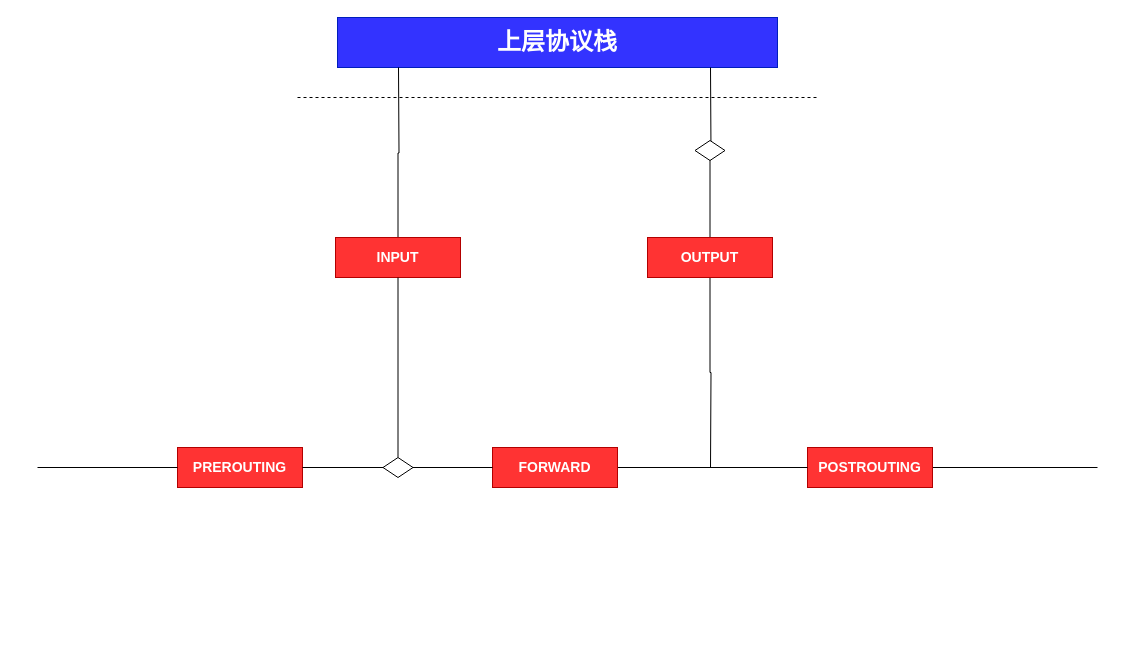
Earlier version of the draw.io diagram iptables.drawio (ctimbai/draw.io). Source tidied: cells renumbered, new cells numbered last; positions are measured from the earlier drawing's top-left corner, leaving out a move shared by most shapes. Both pictures are drawn from the tidied source at 100%, with x=0, y=0 at pixel (37, 17).
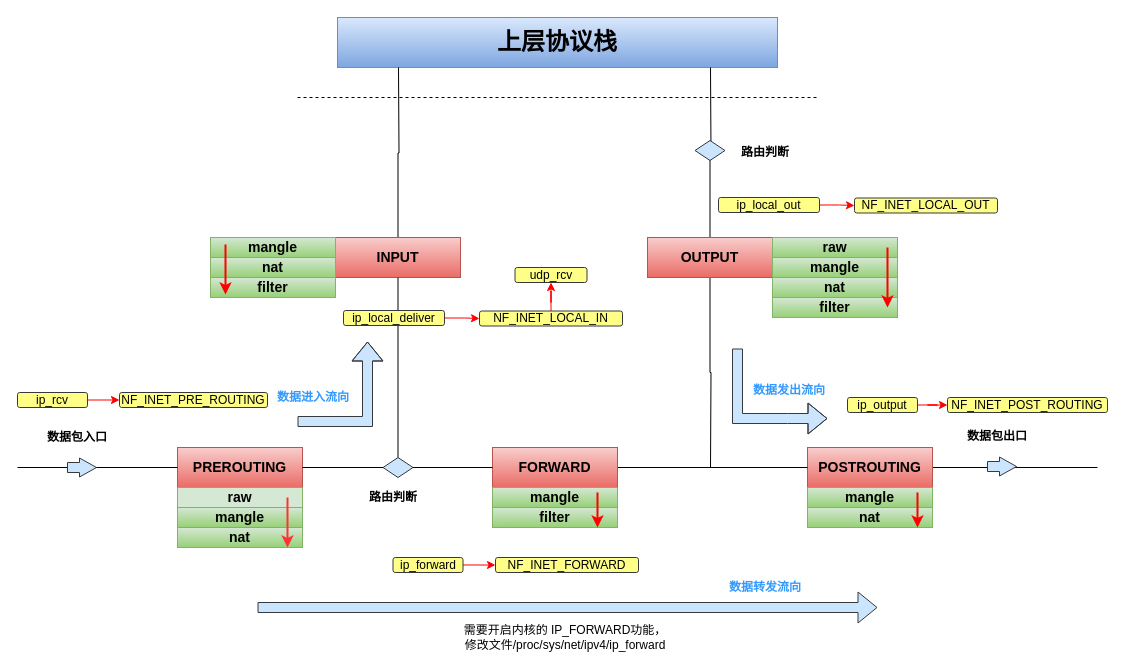
Above is the later version.

Diff of the diagram source:
```diff
@@
+    <mxCell id="20" value="NF_INET_PRE_ROUTING" style="rounded=1;whiteSpace=wrap;html=1;fillColor=#ffff88;strokeColor=#36393d;" parent="1" vertex="1">
+      <mxGeometry x="82" y="375" width="148" height="15" as="geometry" />
+    </mxCell>
+    <mxCell id="21" style="edgeStyle=orthogonalEdgeStyle;rounded=0;comic=0;jettySize=auto;html=1;exitX=1;exitY=0.5;exitDx=0;exitDy=0;entryX=0;entryY=0.5;entryDx=0;entryDy=0;shadow=0;sourcePerimeterSpacing=0;targetPerimeterSpacing=0;strokeColor=#FF0000;strokeWidth=1;" parent="1" edge="1" source="22" target="20">
+      <mxGeometry relative="1" as="geometry" />
+    </mxCell>
+    <mxCell id="22" value="ip_rcv" style="rounded=1;whiteSpace=wrap;html=1;fillColor=#ffff88;strokeColor=#36393d;" parent="1" vertex="1">
+      <mxGeometry x="-20" y="375" width="70" height="15" as="geometry" />
+    </mxCell>
-    <mxCell id="2" value="&lt;font style=&quot;font-size: 24px&quot;&gt;&lt;b&gt;上层协议栈&lt;/b&gt;&lt;/font&gt;" style="rounded=0;whiteSpace=wrap;html=1;fillColor=#3333FF;strokeColor=#001DBC;fontColor=#ffffff;" parent="1" vertex="1">
+    <mxCell id="2" value="&lt;font style=&quot;font-size: 24px&quot;&gt;&lt;b&gt;上层协议栈&lt;/b&gt;&lt;/font&gt;" style="rounded=0;whiteSpace=wrap;html=1;fillColor=#dae8fc;strokeColor=#6c8ebf;gradientColor=#7ea6e0;" parent="1" vertex="1">
       <mxGeometry x="300" width="440" height="50" as="geometry" />
     </mxCell>
@@
-    <mxCell id="5" value="&lt;b style=&quot;color: rgb(255 , 255 , 255) ; white-space: normal ; font-size: 14px&quot;&gt;POSTROUTING&lt;/b&gt;" style="rounded=0;whiteSpace=wrap;html=1;shadow=0;glass=0;comic=0;fillColor=#FF3333;strokeColor=#B20000;fontColor=#ffffff;" parent="1" vertex="1">
+    <mxCell id="5" value="&lt;b style=&quot;white-space: normal ; font-size: 14px&quot;&gt;POSTROUTING&lt;/b&gt;" style="rounded=0;whiteSpace=wrap;html=1;shadow=0;glass=0;comic=0;fillColor=#f8cecc;strokeColor=#b85450;gradientColor=#ea6b66;" parent="1" vertex="1">
       <mxGeometry x="770" y="430" width="125" height="40" as="geometry" />
     </mxCell>
-    <mxCell id="6" value="&lt;b style=&quot;font-size: 14px&quot;&gt;PREROUTING&lt;/b&gt;" style="rounded=0;whiteSpace=wrap;html=1;shadow=0;glass=0;comic=0;fillColor=#FF3333;strokeColor=#B20000;fontColor=#ffffff;" parent="1" vertex="1">
+    <mxCell id="6" value="&lt;b style=&quot;font-size: 14px&quot;&gt;PREROUTING&lt;/b&gt;" style="rounded=0;whiteSpace=wrap;html=1;shadow=0;glass=0;comic=0;fillColor=#f8cecc;strokeColor=#b85450;gradientColor=#ea6b66;" parent="1" vertex="1">
       <mxGeometry x="140" y="430" width="125" height="40" as="geometry" />
     </mxCell>
@@
-    <mxCell id="8" value="&lt;b style=&quot;font-size: 14px&quot;&gt;FORWARD&lt;/b&gt;" style="rounded=0;whiteSpace=wrap;html=1;shadow=0;glass=0;comic=0;fillColor=#FF3333;strokeColor=#B20000;fontColor=#ffffff;" parent="1" vertex="1">
+    <mxCell id="8" value="&lt;b style=&quot;font-size: 14px&quot;&gt;FORWARD&lt;/b&gt;" style="rounded=0;whiteSpace=wrap;html=1;shadow=0;glass=0;comic=0;fillColor=#f8cecc;strokeColor=#b85450;gradientColor=#ea6b66;" parent="1" vertex="1">
       <mxGeometry x="455" y="430" width="125" height="40" as="geometry" />
     </mxCell>
@@
-    <mxCell id="10" value="&lt;b style=&quot;font-size: 14px&quot;&gt;INPUT&lt;/b&gt;" style="rounded=0;whiteSpace=wrap;html=1;shadow=0;glass=0;comic=0;fillColor=#FF3333;strokeColor=#B20000;fontColor=#ffffff;" parent="1" vertex="1">
+    <mxCell id="10" value="&lt;b style=&quot;font-size: 14px&quot;&gt;INPUT&lt;/b&gt;" style="rounded=0;whiteSpace=wrap;html=1;shadow=0;glass=0;comic=0;fillColor=#f8cecc;strokeColor=#b85450;gradientColor=#ea6b66;" parent="1" vertex="1">
       <mxGeometry x="298" y="220" width="125" height="40" as="geometry" />
     </mxCell>
@@
-    <mxCell id="13" value="&lt;b style=&quot;font-size: 14px&quot;&gt;OUTPUT&lt;/b&gt;" style="rounded=0;whiteSpace=wrap;html=1;shadow=0;glass=0;comic=0;fillColor=#FF3333;strokeColor=#B20000;fontColor=#ffffff;" parent="1" vertex="1">
+    <mxCell id="13" value="&lt;b style=&quot;font-size: 14px&quot;&gt;OUTPUT&lt;/b&gt;" style="rounded=0;whiteSpace=wrap;html=1;shadow=0;glass=0;comic=0;fillColor=#f8cecc;strokeColor=#b85450;gradientColor=#ea6b66;" parent="1" vertex="1">
       <mxGeometry x="610" y="220" width="125" height="40" as="geometry" />
     </mxCell>
     <mxCell id="14" style="endArrow=none;html=1;entryX=0;entryY=0.5;entryDx=0;entryDy=0;endFill=0;" parent="1" edge="1" target="6">
       <mxGeometry relative="1" as="geometry">
-        <mxPoint y="450" as="sourcePoint" />
+        <mxPoint x="-20" y="450" as="sourcePoint" />
       </mxGeometry>
     </mxCell>
@@
-    <mxCell id="18" style="rhombus;whiteSpace=wrap;html=1;shadow=0;glass=0;comic=0;" parent="1" vertex="1">
+    <mxCell id="18" style="rhombus;whiteSpace=wrap;html=1;shadow=0;glass=0;comic=0;fillColor=#cce5ff;strokeColor=#36393d;" parent="1" vertex="1">
       <mxGeometry x="345.5" y="440" width="30" height="20" as="geometry" />
     </mxCell>
-    <mxCell id="19" style="rhombus;whiteSpace=wrap;html=1;shadow=0;glass=0;comic=0;" parent="1" vertex="1">
+    <mxCell id="19" style="rhombus;whiteSpace=wrap;html=1;shadow=0;glass=0;comic=0;fillColor=#cce5ff;strokeColor=#36393d;" parent="1" vertex="1">
       <mxGeometry x="657.5" y="123" width="30" height="20" as="geometry" />
     </mxCell>
+    <mxCell id="23" style="group;fillColor=#d5e8d4;strokeColor=#82b366;gradientColor=#97d077;" parent="1" vertex="1">
+      <mxGeometry x="140" y="470" width="125" height="60" as="geometry" />
+    </mxCell>
+    <mxCell id="24" value="&lt;b style=&quot;font-size: 14px&quot;&gt;raw&lt;/b&gt;" style="rounded=0;whiteSpace=wrap;html=1;shadow=0;glass=0;comic=0;fillColor=#d5e8d4;strokeColor=#82b366;" parent="23" vertex="1">
+      <mxGeometry width="125" height="20" as="geometry" />
+    </mxCell>
+    <mxCell id="25" value="&lt;b style=&quot;font-size: 14px&quot;&gt;mangle&lt;/b&gt;" style="rounded=0;whiteSpace=wrap;html=1;shadow=0;glass=0;comic=0;fillColor=#d5e8d4;strokeColor=#82b366;gradientColor=#97d077;" parent="23" vertex="1">
+      <mxGeometry y="20" width="125" height="20" as="geometry" />
+    </mxCell>
+    <mxCell id="26" value="&lt;b style=&quot;font-size: 14px&quot;&gt;nat&lt;/b&gt;" style="rounded=0;whiteSpace=wrap;html=1;shadow=0;glass=0;comic=0;fillColor=#d5e8d4;strokeColor=#82b366;gradientColor=#97d077;" parent="23" vertex="1">
+      <mxGeometry y="40" width="125" height="20" as="geometry" />
+    </mxCell>
+    <mxCell id="27" style="endArrow=classic;html=1;strokeColor=#FF3333;strokeWidth=2;fillColor=#d5e8d4;" parent="23" edge="1">
+      <mxGeometry relative="1" as="geometry">
+        <mxPoint x="110" y="10" as="sourcePoint" />
+        <mxPoint x="110" y="60" as="targetPoint" />
+      </mxGeometry>
+    </mxCell>
+    <mxCell id="28" value="&lt;b style=&quot;font-size: 14px&quot;&gt;mangle&lt;/b&gt;" style="rounded=0;whiteSpace=wrap;html=1;shadow=0;glass=0;comic=0;fillColor=#d5e8d4;strokeColor=#82b366;gradientColor=#97d077;" parent="1" vertex="1">
+      <mxGeometry x="173" y="220" width="125" height="20" as="geometry" />
+    </mxCell>
+    <mxCell id="29" value="&lt;b style=&quot;font-size: 14px&quot;&gt;nat&lt;/b&gt;" style="rounded=0;whiteSpace=wrap;html=1;shadow=0;glass=0;comic=0;fillColor=#d5e8d4;strokeColor=#82b366;gradientColor=#97d077;" parent="1" vertex="1">
+      <mxGeometry x="173" y="240" width="125" height="20" as="geometry" />
+    </mxCell>
+    <mxCell id="30" value="&lt;b style=&quot;font-size: 14px&quot;&gt;filter&lt;/b&gt;" style="rounded=0;whiteSpace=wrap;html=1;shadow=0;glass=0;comic=0;fillColor=#d5e8d4;strokeColor=#82b366;gradientColor=#97d077;" parent="1" vertex="1">
+      <mxGeometry x="173" y="260" width="125" height="20" as="geometry" />
+    </mxCell>
+    <mxCell id="31" value="&lt;b style=&quot;font-size: 14px&quot;&gt;raw&lt;/b&gt;" style="rounded=0;whiteSpace=wrap;html=1;shadow=0;glass=0;comic=0;fillColor=#d5e8d4;strokeColor=#82b366;gradientColor=#97d077;" parent="1" vertex="1">
+      <mxGeometry x="735" y="220" width="125" height="20" as="geometry" />
+    </mxCell>
+    <mxCell id="32" value="&lt;b style=&quot;font-size: 14px&quot;&gt;mangle&lt;/b&gt;" style="rounded=0;whiteSpace=wrap;html=1;shadow=0;glass=0;comic=0;fillColor=#d5e8d4;strokeColor=#82b366;gradientColor=#97d077;" parent="1" vertex="1">
+      <mxGeometry x="735" y="240" width="125" height="20" as="geometry" />
+    </mxCell>
+    <mxCell id="33" value="&lt;b style=&quot;font-size: 14px&quot;&gt;nat&lt;/b&gt;" style="rounded=0;whiteSpace=wrap;html=1;shadow=0;glass=0;comic=0;fillColor=#d5e8d4;strokeColor=#82b366;gradientColor=#97d077;" parent="1" vertex="1">
+      <mxGeometry x="735" y="260" width="125" height="20" as="geometry" />
+    </mxCell>
+    <mxCell id="34" value="&lt;b style=&quot;font-size: 14px&quot;&gt;filter&lt;/b&gt;" style="rounded=0;whiteSpace=wrap;html=1;shadow=0;glass=0;comic=0;fillColor=#d5e8d4;strokeColor=#82b366;gradientColor=#97d077;" parent="1" vertex="1">
+      <mxGeometry x="735" y="280" width="125" height="20" as="geometry" />
+    </mxCell>
+    <mxCell id="35" value="&lt;b style=&quot;font-size: 14px&quot;&gt;mangle&lt;/b&gt;" style="rounded=0;whiteSpace=wrap;html=1;shadow=0;glass=0;comic=0;fillColor=#d5e8d4;strokeColor=#82b366;gradientColor=#97d077;" parent="1" vertex="1">
+      <mxGeometry x="455" y="470" width="125" height="20" as="geometry" />
+    </mxCell>
+    <mxCell id="36" value="&lt;b style=&quot;font-size: 14px&quot;&gt;filter&lt;/b&gt;" style="rounded=0;whiteSpace=wrap;html=1;shadow=0;glass=0;comic=0;fillColor=#d5e8d4;strokeColor=#82b366;gradientColor=#97d077;" parent="1" vertex="1">
+      <mxGeometry x="455" y="490" width="125" height="20" as="geometry" />
+    </mxCell>
+    <mxCell id="37" value="&lt;b style=&quot;font-size: 14px&quot;&gt;mangle&lt;/b&gt;" style="rounded=0;whiteSpace=wrap;html=1;shadow=0;glass=0;comic=0;fillColor=#d5e8d4;strokeColor=#82b366;gradientColor=#97d077;" parent="1" vertex="1">
+      <mxGeometry x="770" y="470" width="125" height="20" as="geometry" />
+    </mxCell>
+    <mxCell id="38" value="&lt;b style=&quot;font-size: 14px&quot;&gt;nat&lt;/b&gt;" style="rounded=0;whiteSpace=wrap;html=1;shadow=0;glass=0;comic=0;fillColor=#d5e8d4;strokeColor=#82b366;gradientColor=#97d077;" parent="1" vertex="1">
+      <mxGeometry x="770" y="490" width="125" height="20" as="geometry" />
+    </mxCell>
+    <mxCell id="39" style="endArrow=classic;html=1;strokeColor=#FF0000;strokeWidth=2;fillColor=#d5e8d4;" parent="1" edge="1">
+      <mxGeometry relative="1" as="geometry">
+        <mxPoint x="188" y="227" as="sourcePoint" />
+        <mxPoint x="188" y="277" as="targetPoint" />
+      </mxGeometry>
+    </mxCell>
+    <mxCell id="40" style="endArrow=classic;html=1;strokeColor=#FF0000;strokeWidth=2;fillColor=#d5e8d4;" parent="1" edge="1">
+      <mxGeometry relative="1" as="geometry">
+        <mxPoint x="850" y="230" as="sourcePoint" />
+        <mxPoint x="850" y="290" as="targetPoint" />
+      </mxGeometry>
+    </mxCell>
+    <mxCell id="41" style="endArrow=classic;html=1;strokeColor=#FF0000;strokeWidth=2;fillColor=#d5e8d4;" parent="1" edge="1">
+      <mxGeometry relative="1" as="geometry">
+        <mxPoint x="560" y="475" as="sourcePoint" />
+        <mxPoint x="560" y="510" as="targetPoint" />
+      </mxGeometry>
+    </mxCell>
+    <mxCell id="42" style="endArrow=classic;html=1;strokeColor=#FF0000;strokeWidth=2;fillColor=#d5e8d4;" parent="1" edge="1">
+      <mxGeometry relative="1" as="geometry">
+        <mxPoint x="880" y="475" as="sourcePoint" />
+        <mxPoint x="880" y="510" as="targetPoint" />
+      </mxGeometry>
+    </mxCell>
+    <mxCell id="43" style="edgeStyle=segmentEdgeStyle;endArrow=classic;html=1;strokeColor=#36393d;strokeWidth=1;rounded=0;shadow=0;comic=0;shape=flexArrow;targetPerimeterSpacing=0;sourcePerimeterSpacing=0;fillColor=#cce5ff;" parent="1" edge="1">
+      <mxGeometry relative="1" as="geometry">
+        <mxPoint x="260" y="404" as="sourcePoint" />
+        <mxPoint x="330" y="324" as="targetPoint" />
+        <Array as="points">
+          <mxPoint x="330" y="404" />
+        </Array>
+      </mxGeometry>
+    </mxCell>
+    <mxCell id="44" style="edgeStyle=segmentEdgeStyle;endArrow=classic;html=1;shadow=0;strokeColor=#36393d;strokeWidth=1;rounded=0;shape=flexArrow;fillColor=#cce5ff;" parent="1" edge="1">
+      <mxGeometry relative="1" as="geometry">
+        <mxPoint x="700" y="331" as="sourcePoint" />
+        <mxPoint x="790" y="401" as="targetPoint" />
+        <Array as="points">
+          <mxPoint x="750" y="401" />
+          <mxPoint x="750" y="401" />
+        </Array>
+      </mxGeometry>
+    </mxCell>
+    <mxCell id="45" style="shape=flexArrow;endArrow=classic;html=1;shadow=0;strokeColor=#36393d;strokeWidth=1;fillColor=#cce5ff;" parent="1" edge="1">
+      <mxGeometry relative="1" as="geometry">
+        <mxPoint x="220" y="590" as="sourcePoint" />
+        <mxPoint x="840" y="590" as="targetPoint" />
+      </mxGeometry>
+    </mxCell>
+    <mxCell id="46" style="shape=flexArrow;endArrow=classic;html=1;shadow=0;strokeColor=#36393d;strokeWidth=1;endWidth=8;endSize=5.33;fillColor=#cce5ff;" parent="1" edge="1">
+      <mxGeometry relative="1" as="geometry">
+        <mxPoint x="29.5" y="450" as="sourcePoint" />
+        <mxPoint x="59.5" y="450" as="targetPoint" />
+      </mxGeometry>
+    </mxCell>
+    <mxCell id="47" value="&lt;b&gt;数据包入口&lt;/b&gt;" style="text;html=1;strokeColor=none;fillColor=none;align=center;verticalAlign=middle;whiteSpace=wrap;rounded=0;" parent="1" vertex="1">
+      <mxGeometry y="410" width="80" height="20" as="geometry" />
+    </mxCell>
+    <mxCell id="48" value="&lt;b&gt;&lt;font color=&quot;#3399ff&quot;&gt;数据进入流向&lt;/font&gt;&lt;/b&gt;" style="text;html=1;strokeColor=none;fillColor=none;align=center;verticalAlign=middle;whiteSpace=wrap;rounded=0;" parent="1" vertex="1">
+      <mxGeometry x="235.5" y="370" width="80" height="20" as="geometry" />
+    </mxCell>
+    <mxCell id="49" value="&lt;font color=&quot;#3399ff&quot;&gt;&lt;b&gt;数据发出流向&lt;/b&gt;&lt;/font&gt;" style="text;html=1;strokeColor=none;fillColor=none;align=center;verticalAlign=middle;whiteSpace=wrap;rounded=0;" parent="1" vertex="1">
+      <mxGeometry x="711.5" y="363" width="80" height="20" as="geometry" />
+    </mxCell>
+    <mxCell id="50" value="&lt;b&gt;路由判断&lt;/b&gt;" style="text;html=1;strokeColor=none;fillColor=none;align=center;verticalAlign=middle;whiteSpace=wrap;rounded=0;" parent="1" vertex="1">
+      <mxGeometry x="315.5" y="470" width="80" height="20" as="geometry" />
+    </mxCell>
+    <mxCell id="51" value="&lt;b&gt;路由判断&lt;/b&gt;" style="text;html=1;strokeColor=none;fillColor=none;align=center;verticalAlign=middle;whiteSpace=wrap;rounded=0;" parent="1" vertex="1">
+      <mxGeometry x="687.5" y="125" width="80" height="20" as="geometry" />
+    </mxCell>
+    <mxCell id="52" value="&lt;font color=&quot;#3399ff&quot;&gt;&lt;b&gt;数据转发流向&lt;/b&gt;&lt;/font&gt;" style="text;html=1;strokeColor=none;fillColor=none;align=center;verticalAlign=middle;whiteSpace=wrap;rounded=0;" parent="1" vertex="1">
+      <mxGeometry x="687.5" y="560" width="80" height="20" as="geometry" />
+    </mxCell>
+    <mxCell id="53" value="需要开启内核的 IP_FORWARD功能，修改文件/proc/sys/net/ipv4/ip_forward" style="text;html=1;strokeColor=none;fillColor=none;align=center;verticalAlign=middle;whiteSpace=wrap;rounded=0;" parent="1" vertex="1">
+      <mxGeometry x="423" y="610" width="210" height="20" as="geometry" />
+    </mxCell>
+    <mxCell id="54" style="shape=flexArrow;endArrow=classic;html=1;shadow=0;strokeColor=#36393d;strokeWidth=1;endWidth=8;endSize=5.33;fillColor=#cce5ff;" parent="1" edge="1">
+      <mxGeometry relative="1" as="geometry">
+        <mxPoint x="949.5" y="449" as="sourcePoint" />
+        <mxPoint x="979.5" y="449" as="targetPoint" />
+      </mxGeometry>
+    </mxCell>
+    <mxCell id="55" value="&lt;b&gt;数据包出口&lt;/b&gt;" style="text;html=1;strokeColor=none;fillColor=none;align=center;verticalAlign=middle;whiteSpace=wrap;rounded=0;" parent="1" vertex="1">
+      <mxGeometry x="920" y="409" width="80" height="20" as="geometry" />
+    </mxCell>
+    <mxCell id="56" value="NF_INET_FORWARD" style="rounded=1;whiteSpace=wrap;html=1;fillColor=#ffff88;strokeColor=#36393d;" parent="1" vertex="1">
+      <mxGeometry x="458" y="540" width="143" height="15" as="geometry" />
+    </mxCell>
+    <mxCell id="57" style="edgeStyle=orthogonalEdgeStyle;rounded=0;comic=0;jettySize=auto;html=1;exitX=1;exitY=0.5;exitDx=0;exitDy=0;entryX=0;entryY=0.5;entryDx=0;entryDy=0;shadow=0;sourcePerimeterSpacing=0;targetPerimeterSpacing=0;strokeColor=#FF0000;strokeWidth=1;" parent="1" edge="1" source="58" target="56">
+      <mxGeometry relative="1" as="geometry" />
+    </mxCell>
+    <mxCell id="58" value="ip_forward" style="rounded=1;whiteSpace=wrap;html=1;fillColor=#ffff88;strokeColor=#36393d;" parent="1" vertex="1">
+      <mxGeometry x="355.5" y="540" width="70" height="15" as="geometry" />
+    </mxCell>
+    <mxCell id="59" style="edgeStyle=orthogonalEdgeStyle;rounded=0;comic=0;jettySize=auto;html=1;shadow=0;sourcePerimeterSpacing=0;targetPerimeterSpacing=0;strokeColor=#FF0000;strokeWidth=1;" parent="1" edge="1" source="60" target="61">
+      <mxGeometry relative="1" as="geometry" />
+    </mxCell>
+    <mxCell id="60" value="NF_INET_LOCAL_IN" style="rounded=1;whiteSpace=wrap;html=1;fillColor=#ffff88;strokeColor=#36393d;" parent="1" vertex="1">
+      <mxGeometry x="442" y="293.5" width="143" height="15" as="geometry" />
+    </mxCell>
+    <mxCell id="61" value="udp_rcv" style="rounded=1;whiteSpace=wrap;html=1;fillColor=#ffff88;strokeColor=#36393d;" parent="1" vertex="1">
+      <mxGeometry x="477.5" y="250" width="72" height="15" as="geometry" />
+    </mxCell>
+    <mxCell id="62" style="edgeStyle=orthogonalEdgeStyle;rounded=0;comic=0;jettySize=auto;html=1;shadow=0;sourcePerimeterSpacing=0;targetPerimeterSpacing=0;strokeColor=#FF0000;strokeWidth=1;" parent="1" edge="1" source="63" target="60">
+      <mxGeometry relative="1" as="geometry" />
+    </mxCell>
+    <mxCell id="63" value="ip_local_deliver" style="rounded=1;whiteSpace=wrap;html=1;fillColor=#ffff88;strokeColor=#36393d;" parent="1" vertex="1">
+      <mxGeometry x="306" y="293" width="101" height="15" as="geometry" />
+    </mxCell>
+    <mxCell id="64" value="NF_INET_LOCAL_OUT" style="rounded=1;whiteSpace=wrap;html=1;fillColor=#ffff88;strokeColor=#36393d;" parent="1" vertex="1">
+      <mxGeometry x="817" y="180.5" width="143" height="15" as="geometry" />
+    </mxCell>
+    <mxCell id="65" style="edgeStyle=orthogonalEdgeStyle;rounded=0;comic=0;jettySize=auto;html=1;shadow=0;sourcePerimeterSpacing=0;targetPerimeterSpacing=0;strokeColor=#FF0000;strokeWidth=1;" parent="1" edge="1" source="66" target="64">
+      <mxGeometry relative="1" as="geometry" />
+    </mxCell>
+    <mxCell id="66" value="ip_local_out" style="rounded=1;whiteSpace=wrap;html=1;fillColor=#ffff88;strokeColor=#36393d;" parent="1" vertex="1">
+      <mxGeometry x="681" y="180" width="101" height="15" as="geometry" />
+    </mxCell>
+    <mxCell id="67" value="NF_INET_POST_ROUTING" style="rounded=1;whiteSpace=wrap;html=1;fillColor=#ffff88;strokeColor=#36393d;" parent="1" vertex="1">
+      <mxGeometry x="910" y="380" width="160" height="15" as="geometry" />
+    </mxCell>
+    <mxCell id="68" style="edgeStyle=orthogonalEdgeStyle;rounded=0;comic=0;jettySize=auto;html=1;shadow=0;sourcePerimeterSpacing=0;targetPerimeterSpacing=0;strokeColor=#FF0000;strokeWidth=1;" parent="1" edge="1" source="69" target="67">
+      <mxGeometry relative="1" as="geometry" />
+    </mxCell>
+    <mxCell id="69" value="ip_output" style="rounded=1;whiteSpace=wrap;html=1;fillColor=#ffff88;strokeColor=#36393d;" parent="1" vertex="1">
+      <mxGeometry x="810" y="380" width="70" height="15" as="geometry" />
+    </mxCell>
```
